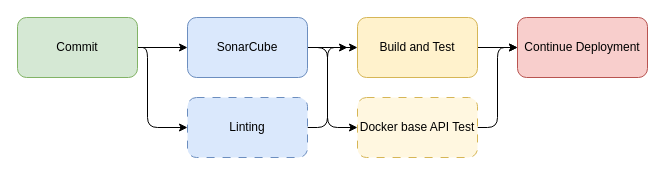
Docker-Daze/itu-minitwit keeps this draw.io diagram as report/drawio_files/CICDChain.drawio. Above is the earlier version. Source tidied: cells renumbered, new cells numbered last; positions are measured from the earlier drawing's top-left corner, leaving out a move shared by most shapes. Both pictures are drawn from the tidied source at 100%, with x=0, y=0 at pixel (17, 17).
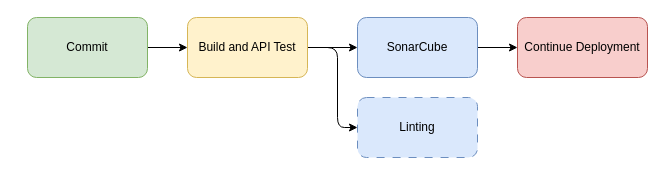
After the change.

Unchanged cells that the change refers to:
```xml
<mxCell id="12" value="Continue Deployment" style="rounded=1;whiteSpace=wrap;html=1;fillColor=#f8cecc;strokeColor=#b85450;" parent="1" vertex="1">
  <mxGeometry x="500" width="130" height="60" as="geometry" />
</mxCell>
```

The edit, as a diff of the source:
```diff
@@
-    <mxCell id="2" style="edgeStyle=none;html=1;" parent="1" edge="1" source="4" target="9">
-      <mxGeometry relative="1" as="geometry" />
-    </mxCell>
-    <mxCell id="3" style="edgeStyle=none;html=1;entryX=0;entryY=0.5;entryDx=0;entryDy=0;" parent="1" edge="1" source="4" target="6">
-      <mxGeometry relative="1" as="geometry">
-        <Array as="points">
-          <mxPoint x="130" y="30" />
-          <mxPoint x="130" y="110" />
-        </Array>
-      </mxGeometry>
-    </mxCell>
+    <mxCell id="13" style="edgeStyle=none;html=1;entryX=0;entryY=0.5;entryDx=0;entryDy=0;" parent="1" edge="1" source="4" target="11">
+      <mxGeometry relative="1" as="geometry" />
+    </mxCell>
     <mxCell id="4" value="Commit" style="rounded=1;whiteSpace=wrap;html=1;fillColor=#d5e8d4;strokeColor=#82b366;" parent="1" vertex="1">
-      <mxGeometry width="120" height="60" as="geometry" />
+      <mxGeometry x="10" width="120" height="60" as="geometry" />
     </mxCell>
-    <mxCell id="5" style="edgeStyle=none;html=1;" parent="1" edge="1" source="6">
-      <mxGeometry relative="1" as="geometry">
-        <mxPoint x="330" y="30" as="targetPoint" />
-        <Array as="points">
-          <mxPoint x="310" y="110" />
-          <mxPoint x="310" y="30" />
-        </Array>
-      </mxGeometry>
-    </mxCell>
     <mxCell id="6" value="Linting" style="rounded=1;whiteSpace=wrap;html=1;fillColor=#dae8fc;strokeColor=#6c8ebf;dashed=1;dashPattern=8 8;" parent="1" vertex="1">
-      <mxGeometry x="170" y="80" width="120" height="60" as="geometry" />
+      <mxGeometry x="340" y="80" width="120" height="60" as="geometry" />
     </mxCell>
-    <mxCell id="7" style="edgeStyle=none;html=1;entryX=0;entryY=0.5;entryDx=0;entryDy=0;" parent="1" edge="1" source="9" target="11">
-      <mxGeometry relative="1" as="geometry">
-        <Array as="points">
-          <mxPoint x="340" y="30" />
-        </Array>
-      </mxGeometry>
-    </mxCell>
-    <mxCell id="8" style="edgeStyle=none;html=1;entryX=0;entryY=0.5;entryDx=0;entryDy=0;" parent="1" edge="1" source="9" target="14">
-      <mxGeometry relative="1" as="geometry">
-        <Array as="points">
-          <mxPoint x="310" y="30" />
-          <mxPoint x="310" y="110" />
-        </Array>
-      </mxGeometry>
-    </mxCell>
+    <mxCell id="15" style="edgeStyle=none;html=1;entryX=0;entryY=0.5;entryDx=0;entryDy=0;" parent="1" edge="1" source="9" target="12">
+      <mxGeometry relative="1" as="geometry" />
+    </mxCell>
     <mxCell id="9" value="SonarCube" style="rounded=1;whiteSpace=wrap;html=1;fillColor=#dae8fc;strokeColor=#6c8ebf;" parent="1" vertex="1">
-      <mxGeometry x="170" width="120" height="60" as="geometry" />
+      <mxGeometry x="340" width="120" height="60" as="geometry" />
     </mxCell>
-    <mxCell id="10" style="edgeStyle=none;html=1;entryX=0;entryY=0.5;entryDx=0;entryDy=0;" parent="1" edge="1" source="11" target="12">
-      <mxGeometry relative="1" as="geometry" />
-    </mxCell>
+    <mxCell id="16" style="edgeStyle=none;html=1;entryX=0;entryY=0.5;entryDx=0;entryDy=0;" parent="1" edge="1" source="11" target="9">
+      <mxGeometry relative="1" as="geometry" />
+    </mxCell>
+    <mxCell id="17" style="edgeStyle=none;html=1;entryX=0;entryY=0.5;entryDx=0;entryDy=0;" parent="1" edge="1" source="11" target="6">
+      <mxGeometry relative="1" as="geometry">
+        <Array as="points">
+          <mxPoint x="320" y="30" />
+          <mxPoint x="320" y="110" />
+        </Array>
+      </mxGeometry>
+    </mxCell>
-    <mxCell id="11" value="Build and Test" style="rounded=1;whiteSpace=wrap;html=1;fillColor=#fff2cc;strokeColor=#d6b656;" parent="1" vertex="1">
-      <mxGeometry x="340" width="120" height="60" as="geometry" />
+    <mxCell id="11" value="Build and API Test" style="rounded=1;whiteSpace=wrap;html=1;fillColor=#fff2cc;strokeColor=#d6b656;" parent="1" vertex="1">
+      <mxGeometry x="170" width="120" height="60" as="geometry" />
     </mxCell>
@@
-    <mxCell id="13" style="edgeStyle=none;html=1;entryX=0;entryY=0.5;entryDx=0;entryDy=0;" parent="1" edge="1" source="14" target="12">
-      <mxGeometry relative="1" as="geometry">
-        <Array as="points">
-          <mxPoint x="480" y="110" />
-          <mxPoint x="480" y="30" />
-        </Array>
-      </mxGeometry>
-    </mxCell>
-    <mxCell id="14" value="Docker base API Test" style="rounded=1;whiteSpace=wrap;html=1;fillColor=light-dark(#fff7e0, #281d00);strokeColor=#d6b656;dashed=1;dashPattern=8 8;" parent="1" vertex="1">
-      <mxGeometry x="340" y="80" width="120" height="60" as="geometry" />
-    </mxCell>
```
